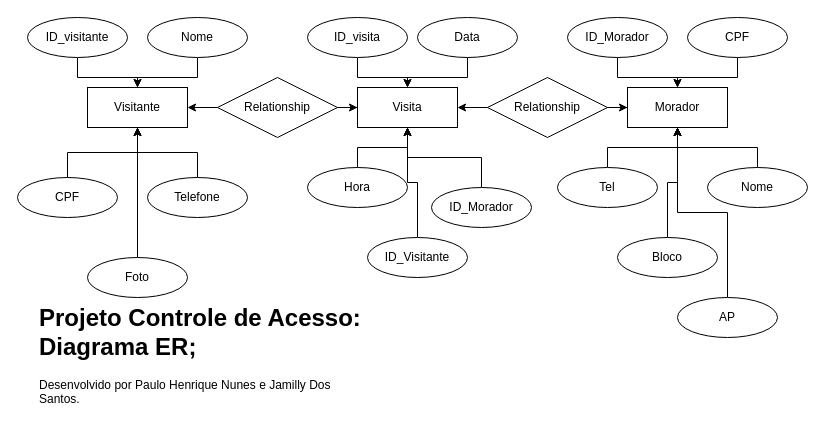
The draw.io diagram ER.drawio in Jamly12/3DS, before the edit. Source tidied: cells renumbered, new cells numbered last; positions are measured from the earlier drawing's top-left corner, leaving out a move shared by most shapes. Both pictures are drawn from the tidied source at 100%, with x=0, y=0 at pixel (17, 17).
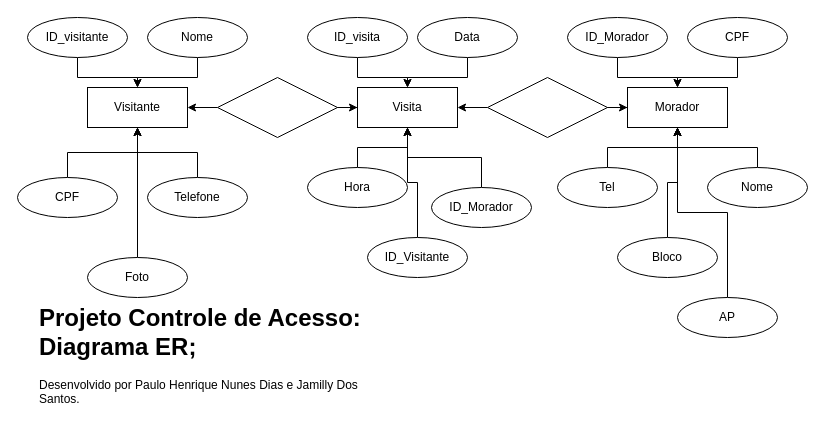
After the change.

Change to the diagram source:
```diff
@@
-    <mxCell id="39" value="Relationship" style="shape=rhombus;perimeter=rhombusPerimeter;whiteSpace=wrap;html=1;align=center;" parent="1" vertex="1">
+    <mxCell id="39" style="shape=rhombus;perimeter=rhombusPerimeter;whiteSpace=wrap;html=1;align=center;" parent="1" vertex="1">
       <mxGeometry x="200" y="60" width="120" height="60" as="geometry" />
     </mxCell>
@@
-    <mxCell id="42" value="Relationship" style="shape=rhombus;perimeter=rhombusPerimeter;whiteSpace=wrap;html=1;align=center;" parent="1" vertex="1">
+    <mxCell id="42" style="shape=rhombus;perimeter=rhombusPerimeter;whiteSpace=wrap;html=1;align=center;" parent="1" vertex="1">
       <mxGeometry x="470" y="60" width="120" height="60" as="geometry" />
     </mxCell>
-    <mxCell id="43" value="&lt;h1 style=&quot;margin-top: 0px;&quot;&gt;Projeto Controle de Acesso: Diagrama ER;&lt;/h1&gt;&lt;div&gt;Desenvolvido por Paulo Henrique Nunes e Jamilly Dos Santos.&lt;/div&gt;" style="text;html=1;whiteSpace=wrap;overflow=hidden;rounded=0;" parent="1" vertex="1">
+    <mxCell id="43" value="&lt;h1 style=&quot;margin-top: 0px;&quot;&gt;Projeto Controle de Acesso: Diagrama ER;&lt;/h1&gt;&lt;div&gt;Desenvolvido por Paulo Henrique Nunes Dias e Jamilly Dos Santos.&lt;/div&gt;" style="text;html=1;whiteSpace=wrap;overflow=hidden;rounded=0;" parent="1" vertex="1">
       <mxGeometry x="20" y="280" width="330" height="120" as="geometry" />
     </mxCell>
```
